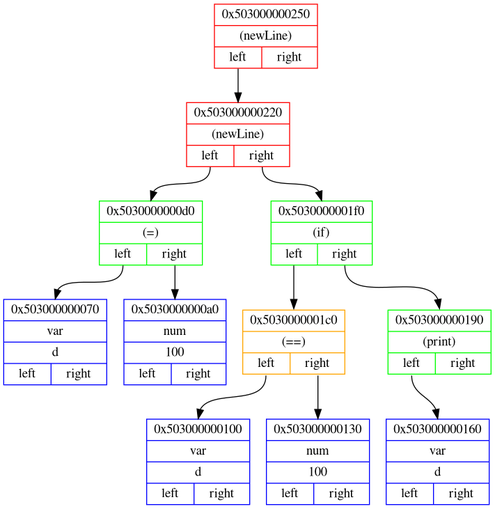
This is png_files/frontenedDotFile.dot.png from Matvey787/myProgLanguage, a Graphviz export, as it was before one commit. Its source is kept beside it as dot_files/frontenedDotFile.dot. Its diagram source:
```dot
digraph
{
rankdir=HR;

node0x503000000250 [ shape=record, color = red rank = 1, label= "{ 0x503000000250 | (newLine) |         {<n0x503000000250_l> left | <n0x503000000250_r> right}} " ];
node0x503000000220 [ shape=record, color = red rank = 2, label= "{ 0x503000000220 | (newLine) |         {<n0x503000000220_l> left | <n0x503000000220_r> right}} " ];
node0x5030000000d0 [ shape=record, color = green rank = 3, label= "{ 0x5030000000d0 | (=) |         {<n0x5030000000d0_l> left | <n0x5030000000d0_r> right}} " ];
node0x503000000070 [ shape=record, color = blue rank = 4, label= "{ 0x503000000070 | var | d |         {<n0x503000000070_l> left | <n0x503000000070_r> right}} " ];
node0x5030000000d0:<n0x5030000000d0_l>:s -> node0x503000000070:n [ color = black; ]
node0x5030000000a0 [ shape=record, color = blue rank = 5, label= "{ 0x5030000000a0 | num | 100 |         {<n0x5030000000a0_l> left | <n0x5030000000a0_r> right}} " ];
node0x5030000000d0:<n0x5030000000d0_r>:s -> node0x5030000000a0:n [ color = black; ]
node0x503000000220:<n0x503000000220_l>:s -> node0x5030000000d0:n [ color = black; ]
node0x5030000001f0 [ shape=record, color = green rank = 4, label= "{ 0x5030000001f0 | (if) |         {<n0x5030000001f0_l> left | <n0x5030000001f0_r> right}} " ];
node0x5030000001c0 [ shape=record, color = orange rank = 5, label= "{ 0x5030000001c0 | (==) |         {<n0x5030000001c0_l> left | <n0x5030000001c0_r> right}} " ];
node0x503000000100 [ shape=record, color = blue rank = 6, label= "{ 0x503000000100 | var | d |         {<n0x503000000100_l> left | <n0x503000000100_r> right}} " ];
node0x5030000001c0:<n0x5030000001c0_l>:s -> node0x503000000100:n [ color = black; ]
node0x503000000130 [ shape=record, color = blue rank = 7, label= "{ 0x503000000130 | num | 100 |         {<n0x503000000130_l> left | <n0x503000000130_r> right}} " ];
node0x5030000001c0:<n0x5030000001c0_r>:s -> node0x503000000130:n [ color = black; ]
node0x5030000001f0:<n0x5030000001f0_l>:s -> node0x5030000001c0:n [ color = black; ]
node0x503000000190 [ shape=record, color = green rank = 6, label= "{ 0x503000000190 | (print) |         {<n0x503000000190_l> left | <n0x503000000190_r> right}} " ];
node0x503000000160 [ shape=record, color = blue rank = 7, label= "{ 0x503000000160 | var | d |         {<n0x503000000160_l> left | <n0x503000000160_r> right}} " ];
node0x503000000190:<n0x503000000190_l>:s -> node0x503000000160:n [ color = black; ]
node0x5030000001f0:<n0x5030000001f0_r>:s -> node0x503000000190:n [ color = black; ]
node0x503000000220:<n0x503000000220_r>:s -> node0x5030000001f0:n [ color = black; ]
node0x503000000250:<n0x503000000250_l>:s -> node0x503000000220:n [ color = black; ]
}
```
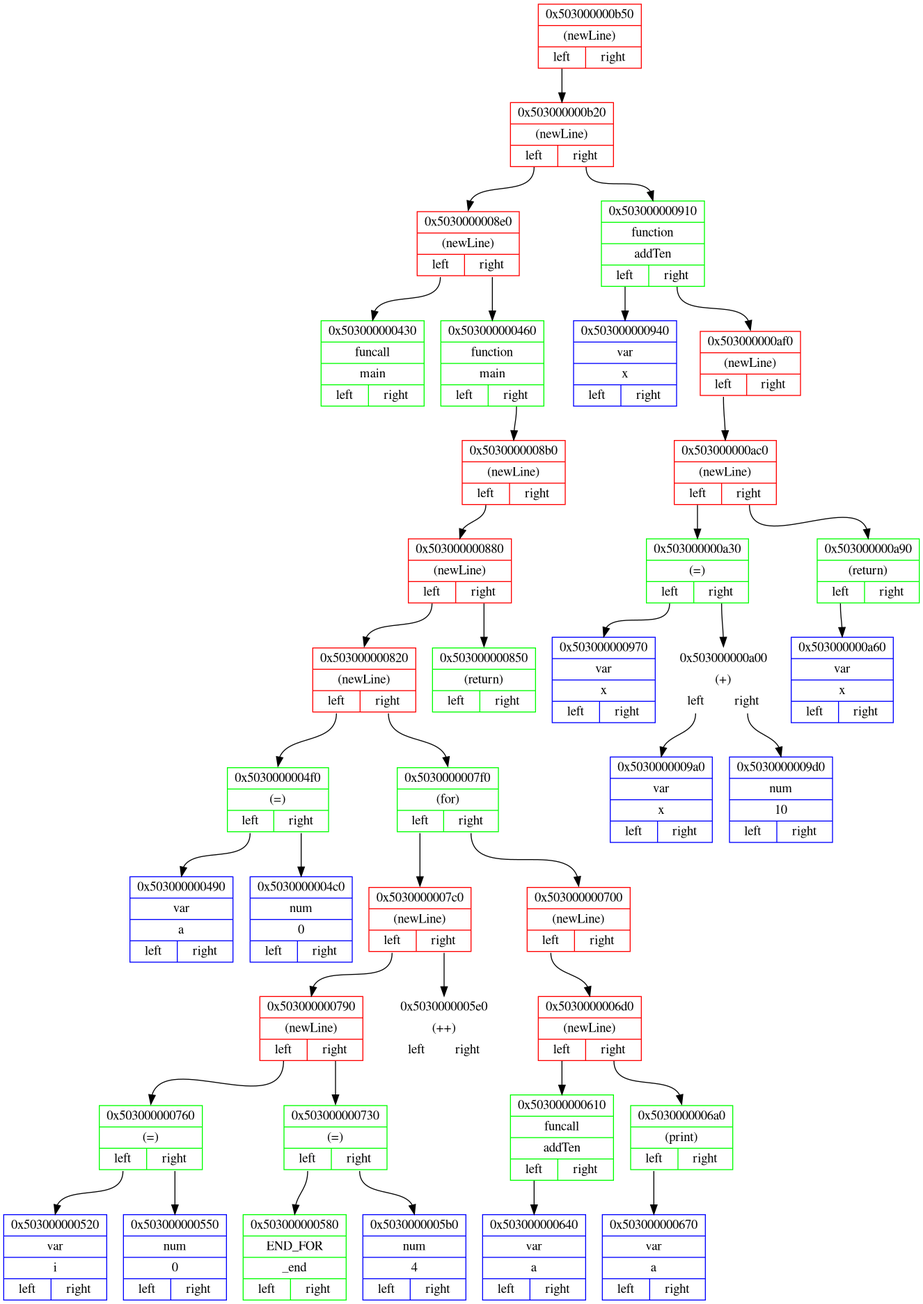
After the change.

Diff of the diagram source:
```diff
@@ -2,25 +2,81 @@
 {
 rankdir=HR;
 
-node0x503000000250 [ shape=record, color = red rank = 1, label= "{ 0x503000000250 | (newLine) |         {<n0x503000000250_l> left | <n0x503000000250_r> right}} " ];
-node0x503000000220 [ shape=record, color = red rank = 2, label= "{ 0x503000000220 | (newLine) |         {<n0x503000000220_l> left | <n0x503000000220_r> right}} " ];
-node0x5030000000d0 [ shape=record, color = green rank = 3, label= "{ 0x5030000000d0 | (=) |         {<n0x5030000000d0_l> left | <n0x5030000000d0_r> right}} " ];
-node0x503000000070 [ shape=record, color = blue rank = 4, label= "{ 0x503000000070 | var | d |         {<n0x503000000070_l> left | <n0x503000000070_r> right}} " ];
-node0x5030000000d0:<n0x5030000000d0_l>:s -> node0x503000000070:n [ color = black; ]
-node0x5030000000a0 [ shape=record, color = blue rank = 5, label= "{ 0x5030000000a0 | num | 100 |         {<n0x5030000000a0_l> left | <n0x5030000000a0_r> right}} " ];
-node0x5030000000d0:<n0x5030000000d0_r>:s -> node0x5030000000a0:n [ color = black; ]
-node0x503000000220:<n0x503000000220_l>:s -> node0x5030000000d0:n [ color = black; ]
-node0x5030000001f0 [ shape=record, color = green rank = 4, label= "{ 0x5030000001f0 | (if) |         {<n0x5030000001f0_l> left | <n0x5030000001f0_r> right}} " ];
-node0x5030000001c0 [ shape=record, color = orange rank = 5, label= "{ 0x5030000001c0 | (==) |         {<n0x5030000001c0_l> left | <n0x5030000001c0_r> right}} " ];
-node0x503000000100 [ shape=record, color = blue rank = 6, label= "{ 0x503000000100 | var | d |         {<n0x503000000100_l> left | <n0x503000000100_r> right}} " ];
-node0x5030000001c0:<n0x5030000001c0_l>:s -> node0x503000000100:n [ color = black; ]
-node0x503000000130 [ shape=record, color = blue rank = 7, label= "{ 0x503000000130 | num | 100 |         {<n0x503000000130_l> left | <n0x503000000130_r> right}} " ];
-node0x5030000001c0:<n0x5030000001c0_r>:s -> node0x503000000130:n [ color = black; ]
-node0x5030000001f0:<n0x5030000001f0_l>:s -> node0x5030000001c0:n [ color = black; ]
-node0x503000000190 [ shape=record, color = green rank = 6, label= "{ 0x503000000190 | (print) |         {<n0x503000000190_l> left | <n0x503000000190_r> right}} " ];
-node0x503000000160 [ shape=record, color = blue rank = 7, label= "{ 0x503000000160 | var | d |         {<n0x503000000160_l> left | <n0x503000000160_r> right}} " ];
-node0x503000000190:<n0x503000000190_l>:s -> node0x503000000160:n [ color = black; ]
-node0x5030000001f0:<n0x5030000001f0_r>:s -> node0x503000000190:n [ color = black; ]
-node0x503000000220:<n0x503000000220_r>:s -> node0x5030000001f0:n [ color = black; ]
-node0x503000000250:<n0x503000000250_l>:s -> node0x503000000220:n [ color = black; ]
+node0x503000000b50 [ shape=record, color = red rank = 1, label= "{ 0x503000000b50 | (newLine) |         {<n0x503000000b50_l> left | <n0x503000000b50_r> right}} " ];
+node0x503000000b20 [ shape=record, color = red rank = 2, label= "{ 0x503000000b20 | (newLine) |         {<n0x503000000b20_l> left | <n0x503000000b20_r> right}} " ];
+node0x5030000008e0 [ shape=record, color = red rank = 3, label= "{ 0x5030000008e0 | (newLine) |         {<n0x5030000008e0_l> left | <n0x5030000008e0_r> right}} " ];
+node0x503000000430 [ shape=record, color = green rank = 4, label= "{ 0x503000000430 | funcall | main |         {<n0x503000000430_l> left | <n0x503000000430_r> right}} " ];
+node0x5030000008e0:<n0x5030000008e0_l>:s -> node0x503000000430:n [ color = black; ]
+node0x503000000460 [ shape=record, color = green rank = 5, label= "{ 0x503000000460 | function | main |         {<n0x503000000460_l> left | <n0x503000000460_r> right}} " ];
+node0x5030000008b0 [ shape=record, color = red rank = 6, label= "{ 0x5030000008b0 | (newLine) |         {<n0x5030000008b0_l> left | <n0x5030000008b0_r> right}} " ];
+node0x503000000880 [ shape=record, color = red rank = 7, label= "{ 0x503000000880 | (newLine) |         {<n0x503000000880_l> left | <n0x503000000880_r> right}} " ];
+node0x503000000820 [ shape=record, color = red rank = 8, label= "{ 0x503000000820 | (newLine) |         {<n0x503000000820_l> left | <n0x503000000820_r> right}} " ];
+node0x5030000004f0 [ shape=record, color = green rank = 9, label= "{ 0x5030000004f0 | (=) |         {<n0x5030000004f0_l> left | <n0x5030000004f0_r> right}} " ];
+node0x503000000490 [ shape=record, color = blue rank = 10, label= "{ 0x503000000490 | var | a |         {<n0x503000000490_l> left | <n0x503000000490_r> right}} " ];
+node0x5030000004f0:<n0x5030000004f0_l>:s -> node0x503000000490:n [ color = black; ]
+node0x5030000004c0 [ shape=record, color = blue rank = 11, label= "{ 0x5030000004c0 | num | 0 |         {<n0x5030000004c0_l> left | <n0x5030000004c0_r> right}} " ];
+node0x5030000004f0:<n0x5030000004f0_r>:s -> node0x5030000004c0:n [ color = black; ]
+node0x503000000820:<n0x503000000820_l>:s -> node0x5030000004f0:n [ color = black; ]
+node0x5030000007f0 [ shape=record, color = green rank = 10, label= "{ 0x5030000007f0 | (for) |         {<n0x5030000007f0_l> left | <n0x5030000007f0_r> right}} " ];
+node0x5030000007c0 [ shape=record, color = red rank = 11, label= "{ 0x5030000007c0 | (newLine) |         {<n0x5030000007c0_l> left | <n0x5030000007c0_r> right}} " ];
+node0x503000000790 [ shape=record, color = red rank = 12, label= "{ 0x503000000790 | (newLine) |         {<n0x503000000790_l> left | <n0x503000000790_r> right}} " ];
+node0x503000000760 [ shape=record, color = green rank = 13, label= "{ 0x503000000760 | (=) |         {<n0x503000000760_l> left | <n0x503000000760_r> right}} " ];
+node0x503000000520 [ shape=record, color = blue rank = 14, label= "{ 0x503000000520 | var | i |         {<n0x503000000520_l> left | <n0x503000000520_r> right}} " ];
+node0x503000000760:<n0x503000000760_l>:s -> node0x503000000520:n [ color = black; ]
+node0x503000000550 [ shape=record, color = blue rank = 15, label= "{ 0x503000000550 | num | 0 |         {<n0x503000000550_l> left | <n0x503000000550_r> right}} " ];
+node0x503000000760:<n0x503000000760_r>:s -> node0x503000000550:n [ color = black; ]
+node0x503000000790:<n0x503000000790_l>:s -> node0x503000000760:n [ color = black; ]
+node0x503000000730 [ shape=record, color = green rank = 14, label= "{ 0x503000000730 | (=) |         {<n0x503000000730_l> left | <n0x503000000730_r> right}} " ];
+node0x503000000580 [ shape=record, color = green rank = 15, label= "{ 0x503000000580 | END_FOR | _end |         {<n0x503000000580_l> left | <n0x503000000580_r> right}} " ];
+node0x503000000730:<n0x503000000730_l>:s -> node0x503000000580:n [ color = black; ]
+node0x5030000005b0 [ shape=record, color = blue rank = 16, label= "{ 0x5030000005b0 | num | 4 |         {<n0x5030000005b0_l> left | <n0x5030000005b0_r> right}} " ];
+node0x503000000730:<n0x503000000730_r>:s -> node0x5030000005b0:n [ color = black; ]
+node0x503000000790:<n0x503000000790_r>:s -> node0x503000000730:n [ color = black; ]
+node0x5030000007c0:<n0x5030000007c0_l>:s -> node0x503000000790:n [ color = black; ]
+node0x5030000005e0 [ shape=record, color = white rank = 13, label= "{ 0x5030000005e0 | (++) |         {<n0x5030000005e0_l> left | <n0x5030000005e0_r> right}} " ];
+node0x5030000007c0:<n0x5030000007c0_r>:s -> node0x5030000005e0:n [ color = black; ]
+node0x5030000007f0:<n0x5030000007f0_l>:s -> node0x5030000007c0:n [ color = black; ]
+node0x503000000700 [ shape=record, color = red rank = 12, label= "{ 0x503000000700 | (newLine) |         {<n0x503000000700_l> left | <n0x503000000700_r> right}} " ];
+node0x5030000006d0 [ shape=record, color = red rank = 13, label= "{ 0x5030000006d0 | (newLine) |         {<n0x5030000006d0_l> left | <n0x5030000006d0_r> right}} " ];
+node0x503000000610 [ shape=record, color = green rank = 14, label= "{ 0x503000000610 | funcall | addTen |         {<n0x503000000610_l> left | <n0x503000000610_r> right}} " ];
+node0x503000000640 [ shape=record, color = blue rank = 15, label= "{ 0x503000000640 | var | a |         {<n0x503000000640_l> left | <n0x503000000640_r> right}} " ];
+node0x503000000610:<n0x503000000610_l>:s -> node0x503000000640:n [ color = black; ]
+node0x5030000006d0:<n0x5030000006d0_l>:s -> node0x503000000610:n [ color = black; ]
+node0x5030000006a0 [ shape=record, color = green rank = 15, label= "{ 0x5030000006a0 | (print) |         {<n0x5030000006a0_l> left | <n0x5030000006a0_r> right}} " ];
+node0x503000000670 [ shape=record, color = blue rank = 16, label= "{ 0x503000000670 | var | a |         {<n0x503000000670_l> left | <n0x503000000670_r> right}} " ];
+node0x5030000006a0:<n0x5030000006a0_l>:s -> node0x503000000670:n [ color = black; ]
+node0x5030000006d0:<n0x5030000006d0_r>:s -> node0x5030000006a0:n [ color = black; ]
+node0x503000000700:<n0x503000000700_l>:s -> node0x5030000006d0:n [ color = black; ]
+node0x5030000007f0:<n0x5030000007f0_r>:s -> node0x503000000700:n [ color = black; ]
+node0x503000000820:<n0x503000000820_r>:s -> node0x5030000007f0:n [ color = black; ]
+node0x503000000880:<n0x503000000880_l>:s -> node0x503000000820:n [ color = black; ]
+node0x503000000850 [ shape=record, color = green rank = 9, label= "{ 0x503000000850 | (return) |         {<n0x503000000850_l> left | <n0x503000000850_r> right}} " ];
+node0x503000000880:<n0x503000000880_r>:s -> node0x503000000850:n [ color = black; ]
+node0x5030000008b0:<n0x5030000008b0_l>:s -> node0x503000000880:n [ color = black; ]
+node0x503000000460:<n0x503000000460_r>:s -> node0x5030000008b0:n [ color = black; ]
+node0x5030000008e0:<n0x5030000008e0_r>:s -> node0x503000000460:n [ color = black; ]
+node0x503000000b20:<n0x503000000b20_l>:s -> node0x5030000008e0:n [ color = black; ]
+node0x503000000910 [ shape=record, color = green rank = 4, label= "{ 0x503000000910 | function | addTen |         {<n0x503000000910_l> left | <n0x503000000910_r> right}} " ];
+node0x503000000940 [ shape=record, color = blue rank = 5, label= "{ 0x503000000940 | var | x |         {<n0x503000000940_l> left | <n0x503000000940_r> right}} " ];
+node0x503000000910:<n0x503000000910_l>:s -> node0x503000000940:n [ color = black; ]
+node0x503000000af0 [ shape=record, color = red rank = 6, label= "{ 0x503000000af0 | (newLine) |         {<n0x503000000af0_l> left | <n0x503000000af0_r> right}} " ];
+node0x503000000ac0 [ shape=record, color = red rank = 7, label= "{ 0x503000000ac0 | (newLine) |         {<n0x503000000ac0_l> left | <n0x503000000ac0_r> right}} " ];
+node0x503000000a30 [ shape=record, color = green rank = 8, label= "{ 0x503000000a30 | (=) |         {<n0x503000000a30_l> left | <n0x503000000a30_r> right}} " ];
+node0x503000000970 [ shape=record, color = blue rank = 9, label= "{ 0x503000000970 | var | x |         {<n0x503000000970_l> left | <n0x503000000970_r> right}} " ];
+node0x503000000a30:<n0x503000000a30_l>:s -> node0x503000000970:n [ color = black; ]
+node0x503000000a00 [ shape=record, color = white rank = 10, label= "{ 0x503000000a00 | (+) |         {<n0x503000000a00_l> left | <n0x503000000a00_r> right}} " ];
+node0x5030000009a0 [ shape=record, color = blue rank = 11, label= "{ 0x5030000009a0 | var | x |         {<n0x5030000009a0_l> left | <n0x5030000009a0_r> right}} " ];
+node0x503000000a00:<n0x503000000a00_l>:s -> node0x5030000009a0:n [ color = black; ]
+node0x5030000009d0 [ shape=record, color = blue rank = 12, label= "{ 0x5030000009d0 | num | 10 |         {<n0x5030000009d0_l> left | <n0x5030000009d0_r> right}} " ];
+node0x503000000a00:<n0x503000000a00_r>:s -> node0x5030000009d0:n [ color = black; ]
+node0x503000000a30:<n0x503000000a30_r>:s -> node0x503000000a00:n [ color = black; ]
+node0x503000000ac0:<n0x503000000ac0_l>:s -> node0x503000000a30:n [ color = black; ]
+node0x503000000a90 [ shape=record, color = green rank = 9, label= "{ 0x503000000a90 | (return) |         {<n0x503000000a90_l> left | <n0x503000000a90_r> right}} " ];
+node0x503000000a60 [ shape=record, color = blue rank = 10, label= "{ 0x503000000a60 | var | x |         {<n0x503000000a60_l> left | <n0x503000000a60_r> right}} " ];
+node0x503000000a90:<n0x503000000a90_l>:s -> node0x503000000a60:n [ color = black; ]
+node0x503000000ac0:<n0x503000000ac0_r>:s -> node0x503000000a90:n [ color = black; ]
+node0x503000000af0:<n0x503000000af0_l>:s -> node0x503000000ac0:n [ color = black; ]
+node0x503000000910:<n0x503000000910_r>:s -> node0x503000000af0:n [ color = black; ]
+node0x503000000b20:<n0x503000000b20_r>:s -> node0x503000000910:n [ color = black; ]
+node0x503000000b50:<n0x503000000b50_l>:s -> node0x503000000b20:n [ color = black; ]
 }
```
